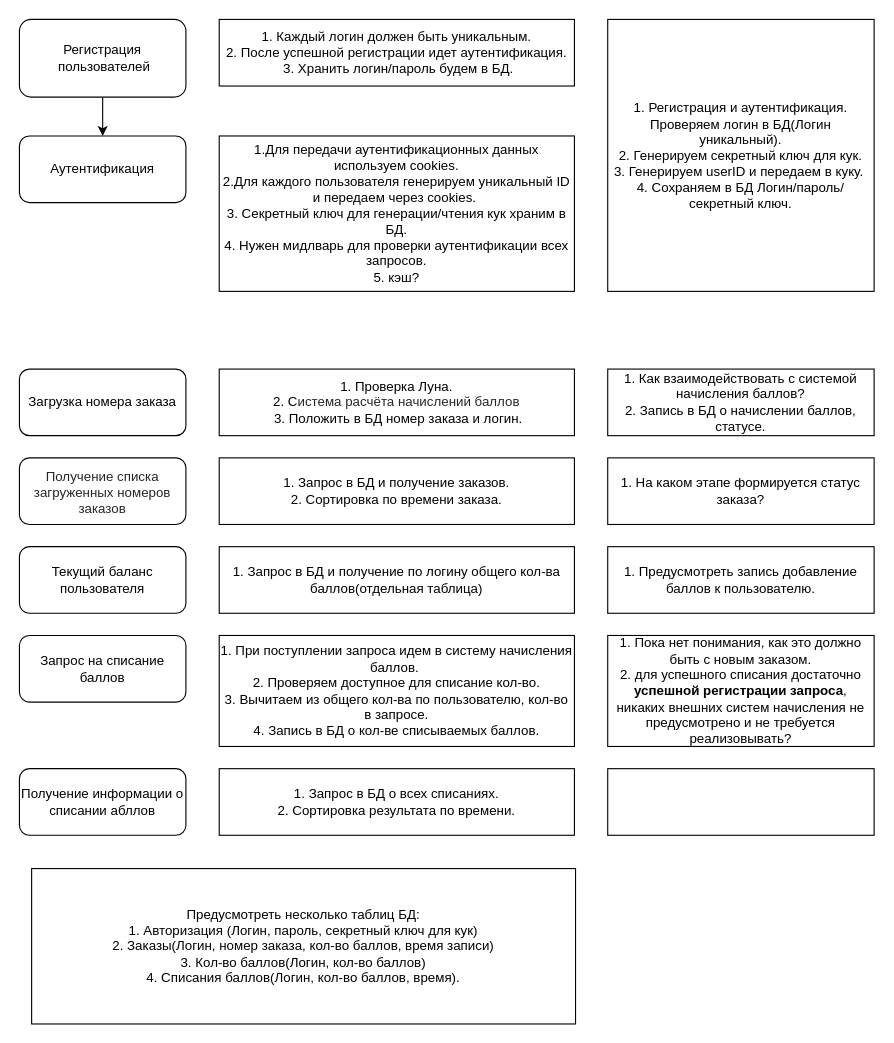
The draw.io diagram gophermart.drawio in BelyaevEI/gophermart, before the edit. Source tidied: cells renumbered, new cells numbered last; positions are measured from the earlier drawing's top-left corner, leaving out a move shared by most shapes. Both pictures are drawn from the tidied source at 111%, with x=0, y=0 at pixel (19, 19).
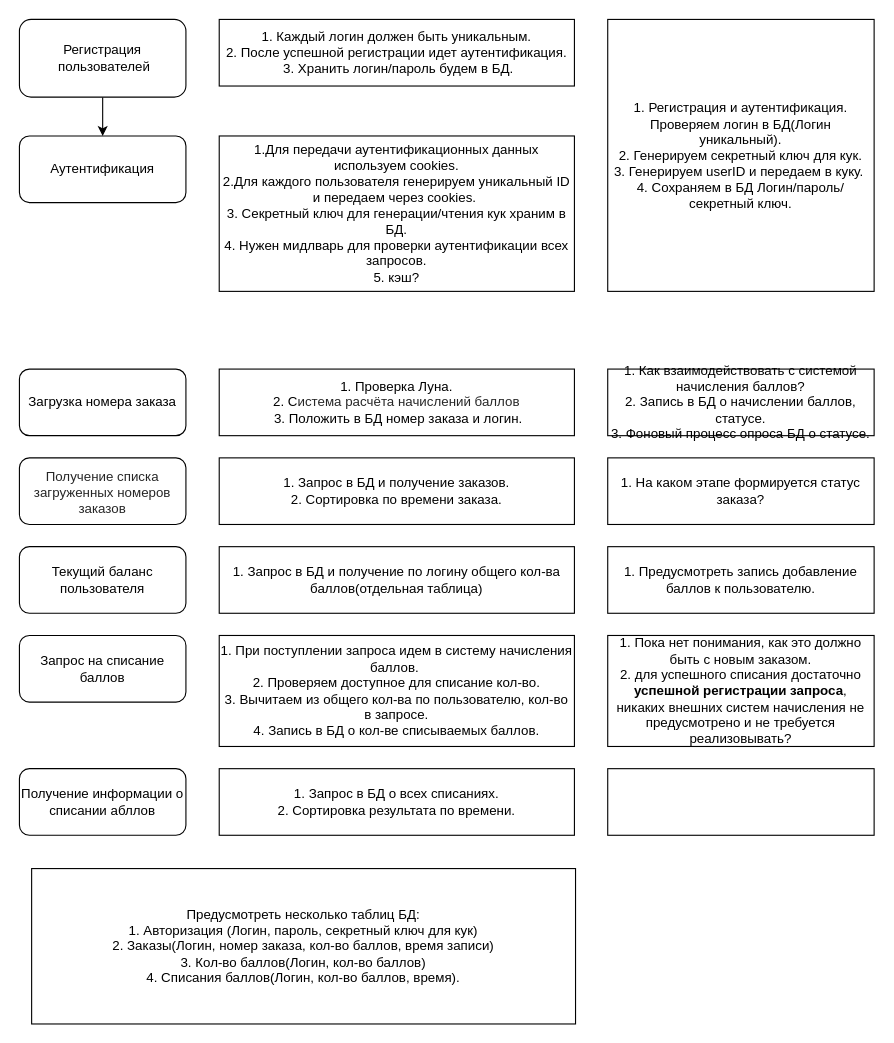
Above is the later version.

Change to the diagram source:
```diff
@@
-    <mxCell id="11" value="1. Как взаимодействовать с системой начисления баллов?&lt;br&gt;2. Запись в БД о начислении баллов, статусе." style="rounded=0;whiteSpace=wrap;html=1;" parent="1" vertex="1">
+    <mxCell id="11" value="1. Как взаимодействовать с системой начисления баллов?&lt;br&gt;2. Запись в БД о начислении баллов, статусе.&lt;br&gt;3. Фоновый процесс опроса БД о статусе." style="rounded=0;whiteSpace=wrap;html=1;" parent="1" vertex="1">
       <mxGeometry x="530" y="315" width="240" height="60" as="geometry" />
     </mxCell>
```
